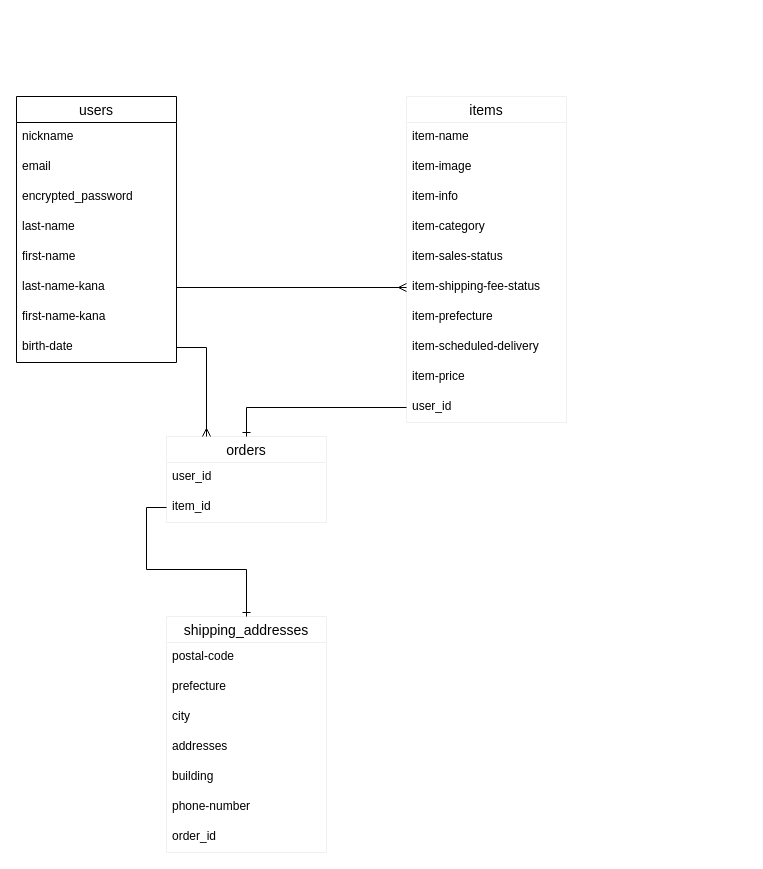
Earlier version of the draw.io diagram ER.dio (sachifranziska/furima-37114). Source tidied: cells renumbered, new cells numbered last; positions are measured from the earlier drawing's top-left corner, leaving out a move shared by most shapes. Both pictures are drawn from the tidied source at 100%, with x=0, y=0 at pixel (16, 96).
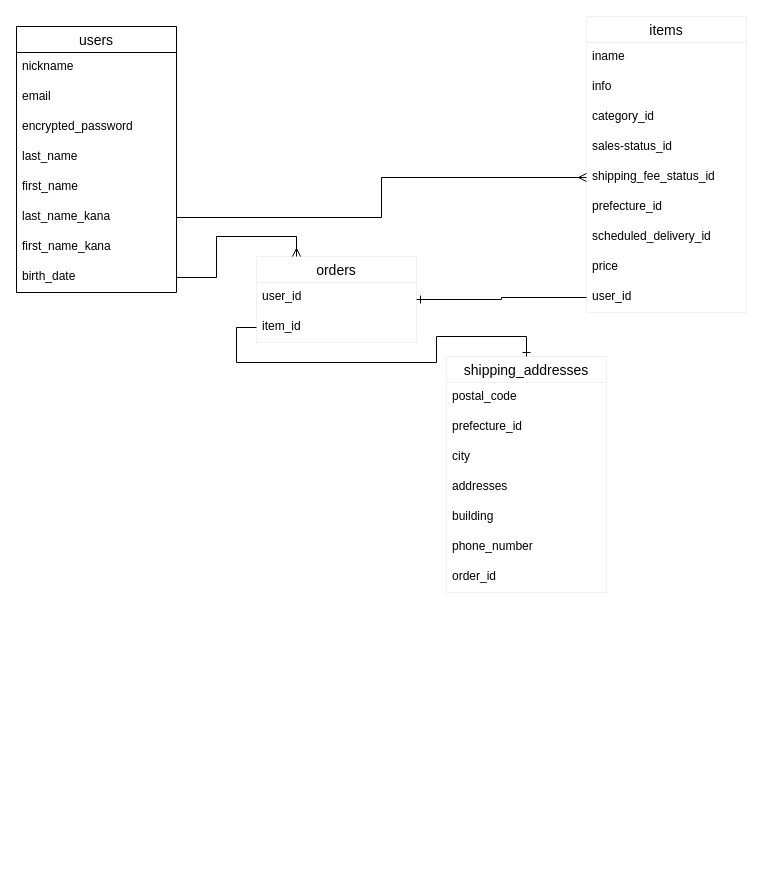
The same diagram, later.

Commit message (it also covers changes not shown here):
複数形を単数形に変更

The edit, as a diff of the source:
```diff
@@
     <mxCell id="2" value="users" style="swimlane;fontStyle=0;horizontal=1;startSize=26;align=center;fontSize=14;" parent="1" vertex="1">
-      <mxGeometry width="160" height="266" as="geometry" />
+      <mxGeometry y="-70" width="160" height="266" as="geometry" />
     </mxCell>
@@
-    <mxCell id="6" value="last-name" style="text;strokeColor=none;fillColor=none;spacingLeft=4;spacingRight=4;overflow=hidden;fontSize=12;" parent="2" vertex="1">
+    <mxCell id="6" value="last_name" style="text;strokeColor=none;fillColor=none;spacingLeft=4;spacingRight=4;overflow=hidden;fontSize=12;" parent="2" vertex="1">
       <mxGeometry y="116" width="160" height="30" as="geometry" />
     </mxCell>
-    <mxCell id="7" value="first-name" style="text;strokeColor=none;fillColor=none;spacingLeft=4;spacingRight=4;overflow=hidden;fontSize=12;" parent="2" vertex="1">
+    <mxCell id="7" value="first_name" style="text;strokeColor=none;fillColor=none;spacingLeft=4;spacingRight=4;overflow=hidden;fontSize=12;" parent="2" vertex="1">
       <mxGeometry y="146" width="160" height="30" as="geometry" />
     </mxCell>
-    <mxCell id="8" value="last-name-kana" style="text;strokeColor=none;fillColor=none;spacingLeft=4;spacingRight=4;overflow=hidden;points=[[0,0.5],[1,0.5]];portConstraint=eastwest;fontSize=12;" parent="2" vertex="1">
+    <mxCell id="8" value="last_name_kana" style="text;strokeColor=none;fillColor=none;spacingLeft=4;spacingRight=4;overflow=hidden;points=[[0,0.5],[1,0.5]];portConstraint=eastwest;fontSize=12;" parent="2" vertex="1">
       <mxGeometry y="176" width="160" height="30" as="geometry" />
     </mxCell>
-    <mxCell id="9" value="first-name-kana" style="text;strokeColor=none;fillColor=none;spacingLeft=4;spacingRight=4;overflow=hidden;fontSize=12;" parent="2" vertex="1">
+    <mxCell id="9" value="first_name_kana" style="text;strokeColor=none;fillColor=none;spacingLeft=4;spacingRight=4;overflow=hidden;fontSize=12;" parent="2" vertex="1">
       <mxGeometry y="206" width="160" height="30" as="geometry" />
     </mxCell>
-    <mxCell id="10" value="birth-date" style="text;strokeColor=none;fillColor=none;spacingLeft=4;spacingRight=4;overflow=hidden;points=[[0,0.5],[1,0.5]];portConstraint=eastwest;fontSize=12;" parent="2" vertex="1">
+    <mxCell id="10" value="birth_date" style="text;strokeColor=none;fillColor=none;spacingLeft=4;spacingRight=4;overflow=hidden;points=[[0,0.5],[1,0.5]];portConstraint=eastwest;fontSize=12;" parent="2" vertex="1">
       <mxGeometry y="236" width="160" height="30" as="geometry" />
     </mxCell>
     <mxCell id="11" value="items" style="swimlane;fontStyle=0;horizontal=1;startSize=26;align=center;fontSize=14;strokeColor=#f0f0f0;" parent="1" vertex="1">
-      <mxGeometry x="390" width="160" height="326" as="geometry" />
+      <mxGeometry x="570" y="-80" width="160" height="296" as="geometry" />
     </mxCell>
-    <mxCell id="12" value="item-name" style="text;strokeColor=none;fillColor=none;spacingLeft=4;spacingRight=4;overflow=hidden;fontSize=12;" parent="11" vertex="1">
+    <mxCell id="12" value="iname" style="text;strokeColor=none;fillColor=none;spacingLeft=4;spacingRight=4;overflow=hidden;fontSize=12;" parent="11" vertex="1">
       <mxGeometry y="26" width="160" height="30" as="geometry" />
     </mxCell>
-    <mxCell id="13" value="item-image" style="text;strokeColor=none;fillColor=none;spacingLeft=4;spacingRight=4;overflow=hidden;fontSize=12;" parent="11" vertex="1">
-      <mxGeometry y="56" width="160" height="30" as="geometry" />
-    </mxCell>
-    <mxCell id="14" value="item-info" style="text;strokeColor=none;fillColor=none;spacingLeft=4;spacingRight=4;overflow=hidden;fontSize=12;" parent="11" vertex="1">
-      <mxGeometry y="86" width="160" height="30" as="geometry" />
+    <mxCell id="14" value="info" style="text;strokeColor=none;fillColor=none;spacingLeft=4;spacingRight=4;overflow=hidden;fontSize=12;" parent="11" vertex="1">
+      <mxGeometry y="56" width="160" height="30" as="geometry" />
     </mxCell>
-    <mxCell id="15" value="item-category" style="text;strokeColor=none;fillColor=none;spacingLeft=4;spacingRight=4;overflow=hidden;fontSize=12;" parent="11" vertex="1">
-      <mxGeometry y="116" width="160" height="30" as="geometry" />
+    <mxCell id="15" value="category_id" style="text;strokeColor=none;fillColor=none;spacingLeft=4;spacingRight=4;overflow=hidden;fontSize=12;" parent="11" vertex="1">
+      <mxGeometry y="86" width="160" height="30" as="geometry" />
     </mxCell>
-    <mxCell id="16" value="item-sales-status" style="text;strokeColor=none;fillColor=none;spacingLeft=4;spacingRight=4;overflow=hidden;fontSize=12;" parent="11" vertex="1">
-      <mxGeometry y="146" width="160" height="30" as="geometry" />
+    <mxCell id="16" value="sales-status_id" style="text;strokeColor=none;fillColor=none;spacingLeft=4;spacingRight=4;overflow=hidden;fontSize=12;" parent="11" vertex="1">
+      <mxGeometry y="116" width="160" height="30" as="geometry" />
     </mxCell>
-    <mxCell id="17" value="item-shipping-fee-status" style="text;strokeColor=none;fillColor=none;spacingLeft=4;spacingRight=4;overflow=hidden;points=[[0,0.5],[1,0.5]];portConstraint=eastwest;fontSize=12;" parent="11" vertex="1">
-      <mxGeometry y="176" width="160" height="30" as="geometry" />
+    <mxCell id="17" value="shipping_fee_status_id" style="text;strokeColor=none;fillColor=none;spacingLeft=4;spacingRight=4;overflow=hidden;points=[[0,0.5],[1,0.5]];portConstraint=eastwest;fontSize=12;" parent="11" vertex="1">
+      <mxGeometry y="146" width="160" height="30" as="geometry" />
     </mxCell>
-    <mxCell id="18" value="item-prefecture" style="text;strokeColor=none;fillColor=none;spacingLeft=4;spacingRight=4;overflow=hidden;fontSize=12;" parent="11" vertex="1">
-      <mxGeometry y="206" width="160" height="30" as="geometry" />
+    <mxCell id="18" value="prefecture_id" style="text;strokeColor=none;fillColor=none;spacingLeft=4;spacingRight=4;overflow=hidden;fontSize=12;" parent="11" vertex="1">
+      <mxGeometry y="176" width="160" height="30" as="geometry" />
     </mxCell>
-    <mxCell id="19" value="item-scheduled-delivery" style="text;strokeColor=none;fillColor=none;spacingLeft=4;spacingRight=4;overflow=hidden;fontSize=12;" parent="11" vertex="1">
-      <mxGeometry y="236" width="160" height="30" as="geometry" />
+    <mxCell id="19" value="scheduled_delivery_id" style="text;strokeColor=none;fillColor=none;spacingLeft=4;spacingRight=4;overflow=hidden;fontSize=12;" parent="11" vertex="1">
+      <mxGeometry y="206" width="160" height="30" as="geometry" />
     </mxCell>
-    <mxCell id="20" value="item-price" style="text;strokeColor=none;fillColor=none;spacingLeft=4;spacingRight=4;overflow=hidden;fontSize=12;" parent="11" vertex="1">
-      <mxGeometry y="266" width="160" height="30" as="geometry" />
+    <mxCell id="20" value="price" style="text;strokeColor=none;fillColor=none;spacingLeft=4;spacingRight=4;overflow=hidden;fontSize=12;" parent="11" vertex="1">
+      <mxGeometry y="236" width="160" height="30" as="geometry" />
     </mxCell>
     <mxCell id="21" value="user_id" style="text;strokeColor=none;fillColor=none;spacingLeft=4;spacingRight=4;overflow=hidden;points=[[0,0.5],[1,0.5]];portConstraint=eastwest;fontSize=12;" parent="11" vertex="1">
-      <mxGeometry y="296" width="160" height="30" as="geometry" />
+      <mxGeometry y="266" width="160" height="30" as="geometry" />
     </mxCell>
     <mxCell id="22" value="orders" style="swimlane;fontStyle=0;horizontal=1;startSize=26;align=center;fontSize=14;strokeColor=#f0f0f0;" parent="1" vertex="1">
-      <mxGeometry x="150" y="340" width="160" height="86" as="geometry" />
+      <mxGeometry x="240" y="160" width="160" height="86" as="geometry" />
     </mxCell>
@@
     <mxCell id="25" value="shipping_addresses" style="swimlane;fontStyle=0;horizontal=1;startSize=26;align=center;fontSize=14;strokeColor=#f0f0f0;" parent="1" vertex="1">
-      <mxGeometry x="150" y="520" width="160" height="236" as="geometry" />
+      <mxGeometry x="430" y="260" width="160" height="236" as="geometry" />
     </mxCell>
-    <mxCell id="26" value="postal-code" style="text;strokeColor=none;fillColor=none;spacingLeft=4;spacingRight=4;overflow=hidden;fontSize=12;" parent="25" vertex="1">
+    <mxCell id="26" value="postal_code" style="text;strokeColor=none;fillColor=none;spacingLeft=4;spacingRight=4;overflow=hidden;fontSize=12;" parent="25" vertex="1">
       <mxGeometry y="26" width="160" height="30" as="geometry" />
     </mxCell>
-    <mxCell id="27" value="prefecture" style="text;strokeColor=none;fillColor=none;spacingLeft=4;spacingRight=4;overflow=hidden;fontSize=12;" parent="25" vertex="1">
+    <mxCell id="27" value="prefecture_id" style="text;strokeColor=none;fillColor=none;spacingLeft=4;spacingRight=4;overflow=hidden;fontSize=12;" parent="25" vertex="1">
       <mxGeometry y="56" width="160" height="30" as="geometry" />
     </mxCell>
@@
-    <mxCell id="31" value="phone-number" style="text;strokeColor=none;fillColor=none;spacingLeft=4;spacingRight=4;overflow=hidden;fontSize=12;" parent="25" vertex="1">
+    <mxCell id="31" value="phone_number" style="text;strokeColor=none;fillColor=none;spacingLeft=4;spacingRight=4;overflow=hidden;fontSize=12;" parent="25" vertex="1">
       <mxGeometry y="176" width="160" height="30" as="geometry" />
     </mxCell>
```
